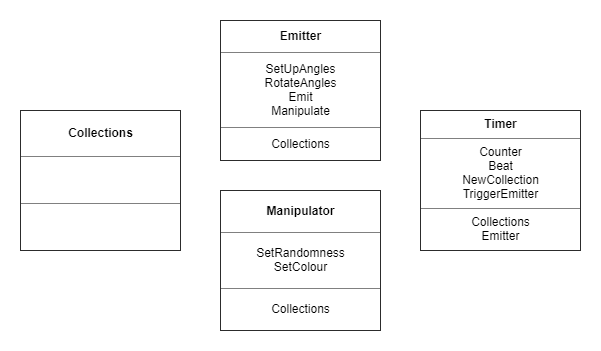
Above: planning/mandala-coaster-CRC-v2.png in En-Be/mandala-coaster (draw.io), before the change. Source tidied: cells renumbered, new cells last; positions are measured from the earlier drawing's top-left corner, leaving out a move shared by most shapes.
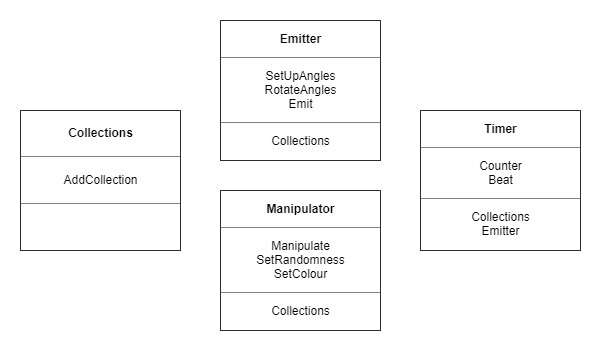
The same file after the commit.

Commit message:
collections of particles have their colour chosen from a list

Diff of the diagram source:
```diff
@@ -2,16 +2,16 @@
   <root>
     <mxCell id="0" />
     <mxCell id="1" parent="0" />
-    <mxCell id="2" value="&lt;table border=&quot;1&quot; width=&quot;100%&quot; cellpadding=&quot;4&quot; style=&quot;width: 100% ; height: 100% ; border-collapse: collapse&quot;&gt;&lt;tbody&gt;&lt;tr&gt;&lt;th align=&quot;center&quot;&gt;Emitter&lt;/th&gt;&lt;/tr&gt;&lt;tr&gt;&lt;td align=&quot;center&quot;&gt;SetUpAngles&lt;br&gt;RotateAngles&lt;br&gt;Emit&lt;br&gt;Manipulate&lt;/td&gt;&lt;/tr&gt;&lt;tr&gt;&lt;td align=&quot;center&quot;&gt;Collections&lt;br&gt;&lt;/td&gt;&lt;/tr&gt;&lt;/tbody&gt;&lt;/table&gt;" style="text;html=1;strokeColor=none;fillColor=none;overflow=fill;" parent="1" vertex="1">
+    <mxCell id="2" value="&lt;table border=&quot;1&quot; width=&quot;100%&quot; cellpadding=&quot;4&quot; style=&quot;width: 100% ; height: 100% ; border-collapse: collapse&quot;&gt;&lt;tbody&gt;&lt;tr&gt;&lt;th align=&quot;center&quot;&gt;Emitter&lt;/th&gt;&lt;/tr&gt;&lt;tr&gt;&lt;td align=&quot;center&quot;&gt;SetUpAngles&lt;br&gt;RotateAngles&lt;br&gt;Emit&lt;br&gt;&lt;/td&gt;&lt;/tr&gt;&lt;tr&gt;&lt;td align=&quot;center&quot;&gt;Collections&lt;br&gt;&lt;/td&gt;&lt;/tr&gt;&lt;/tbody&gt;&lt;/table&gt;" style="text;html=1;strokeColor=none;fillColor=none;overflow=fill;" parent="1" vertex="1">
       <mxGeometry x="200" width="160" height="140" as="geometry" />
     </mxCell>
-    <mxCell id="3" value="&lt;table border=&quot;1&quot; width=&quot;100%&quot; cellpadding=&quot;4&quot; style=&quot;width: 100% ; height: 100% ; border-collapse: collapse&quot;&gt;&lt;tbody&gt;&lt;tr&gt;&lt;th align=&quot;center&quot;&gt;&lt;b&gt;Timer&lt;/b&gt;&lt;/th&gt;&lt;/tr&gt;&lt;tr&gt;&lt;td align=&quot;center&quot;&gt;Counter&lt;br&gt;Beat&lt;br&gt;NewCollection&lt;br&gt;TriggerEmitter&lt;br&gt;&lt;/td&gt;&lt;/tr&gt;&lt;tr&gt;&lt;td align=&quot;center&quot;&gt;Collections&lt;br&gt;Emitter&lt;/td&gt;&lt;/tr&gt;&lt;/tbody&gt;&lt;/table&gt;" style="text;html=1;strokeColor=none;fillColor=none;overflow=fill;" parent="1" vertex="1">
+    <mxCell id="3" value="&lt;table border=&quot;1&quot; width=&quot;100%&quot; cellpadding=&quot;4&quot; style=&quot;width: 100% ; height: 100% ; border-collapse: collapse&quot;&gt;&lt;tbody&gt;&lt;tr&gt;&lt;th align=&quot;center&quot;&gt;&lt;b&gt;Timer&lt;/b&gt;&lt;/th&gt;&lt;/tr&gt;&lt;tr&gt;&lt;td align=&quot;center&quot;&gt;Counter&lt;br&gt;Beat&lt;br&gt;&lt;/td&gt;&lt;/tr&gt;&lt;tr&gt;&lt;td align=&quot;center&quot;&gt;Collections&lt;br&gt;Emitter&lt;/td&gt;&lt;/tr&gt;&lt;/tbody&gt;&lt;/table&gt;" style="text;html=1;strokeColor=none;fillColor=none;overflow=fill;" parent="1" vertex="1">
       <mxGeometry x="400" y="90" width="160" height="140" as="geometry" />
     </mxCell>
-    <mxCell id="4" value="&lt;table border=&quot;1&quot; width=&quot;100%&quot; cellpadding=&quot;4&quot; style=&quot;width: 100% ; height: 100% ; border-collapse: collapse&quot;&gt;&lt;tbody&gt;&lt;tr&gt;&lt;th align=&quot;center&quot;&gt;Collections&lt;/th&gt;&lt;/tr&gt;&lt;tr&gt;&lt;td align=&quot;center&quot;&gt;&lt;br&gt;&lt;/td&gt;&lt;/tr&gt;&lt;tr&gt;&lt;td align=&quot;center&quot;&gt;&lt;br&gt;&lt;/td&gt;&lt;/tr&gt;&lt;/tbody&gt;&lt;/table&gt;" style="text;html=1;strokeColor=none;fillColor=none;overflow=fill;" parent="1" vertex="1">
+    <mxCell id="4" value="&lt;table border=&quot;1&quot; width=&quot;100%&quot; cellpadding=&quot;4&quot; style=&quot;width: 100% ; height: 100% ; border-collapse: collapse&quot;&gt;&lt;tbody&gt;&lt;tr&gt;&lt;th align=&quot;center&quot;&gt;Collections&lt;/th&gt;&lt;/tr&gt;&lt;tr&gt;&lt;td align=&quot;center&quot;&gt;AddCollection&lt;/td&gt;&lt;/tr&gt;&lt;tr&gt;&lt;td align=&quot;center&quot;&gt;&lt;br&gt;&lt;/td&gt;&lt;/tr&gt;&lt;/tbody&gt;&lt;/table&gt;" style="text;html=1;strokeColor=none;fillColor=none;overflow=fill;" parent="1" vertex="1">
       <mxGeometry y="90" width="160" height="140" as="geometry" />
     </mxCell>
-    <mxCell id="5" value="&lt;table border=&quot;1&quot; width=&quot;100%&quot; cellpadding=&quot;4&quot; style=&quot;width: 100% ; height: 100% ; border-collapse: collapse&quot;&gt;&lt;tbody&gt;&lt;tr&gt;&lt;th align=&quot;center&quot;&gt;Manipulator&lt;/th&gt;&lt;/tr&gt;&lt;tr&gt;&lt;td align=&quot;center&quot;&gt;SetRandomness&lt;br&gt;SetColour&lt;/td&gt;&lt;/tr&gt;&lt;tr&gt;&lt;td align=&quot;center&quot;&gt;Collections&lt;/td&gt;&lt;/tr&gt;&lt;/tbody&gt;&lt;/table&gt;" style="text;html=1;strokeColor=none;fillColor=none;overflow=fill;" parent="1" vertex="1">
+    <mxCell id="5" value="&lt;table border=&quot;1&quot; width=&quot;100%&quot; cellpadding=&quot;4&quot; style=&quot;width: 100% ; height: 100% ; border-collapse: collapse&quot;&gt;&lt;tbody&gt;&lt;tr&gt;&lt;th align=&quot;center&quot;&gt;Manipulator&lt;/th&gt;&lt;/tr&gt;&lt;tr&gt;&lt;td align=&quot;center&quot;&gt;Manipulate&lt;br&gt;SetRandomness&lt;br&gt;SetColour&lt;/td&gt;&lt;/tr&gt;&lt;tr&gt;&lt;td align=&quot;center&quot;&gt;Collections&lt;/td&gt;&lt;/tr&gt;&lt;/tbody&gt;&lt;/table&gt;" style="text;html=1;strokeColor=none;fillColor=none;overflow=fill;" parent="1" vertex="1">
       <mxGeometry x="200" y="170" width="160" height="140" as="geometry" />
     </mxCell>
   </root>
```
